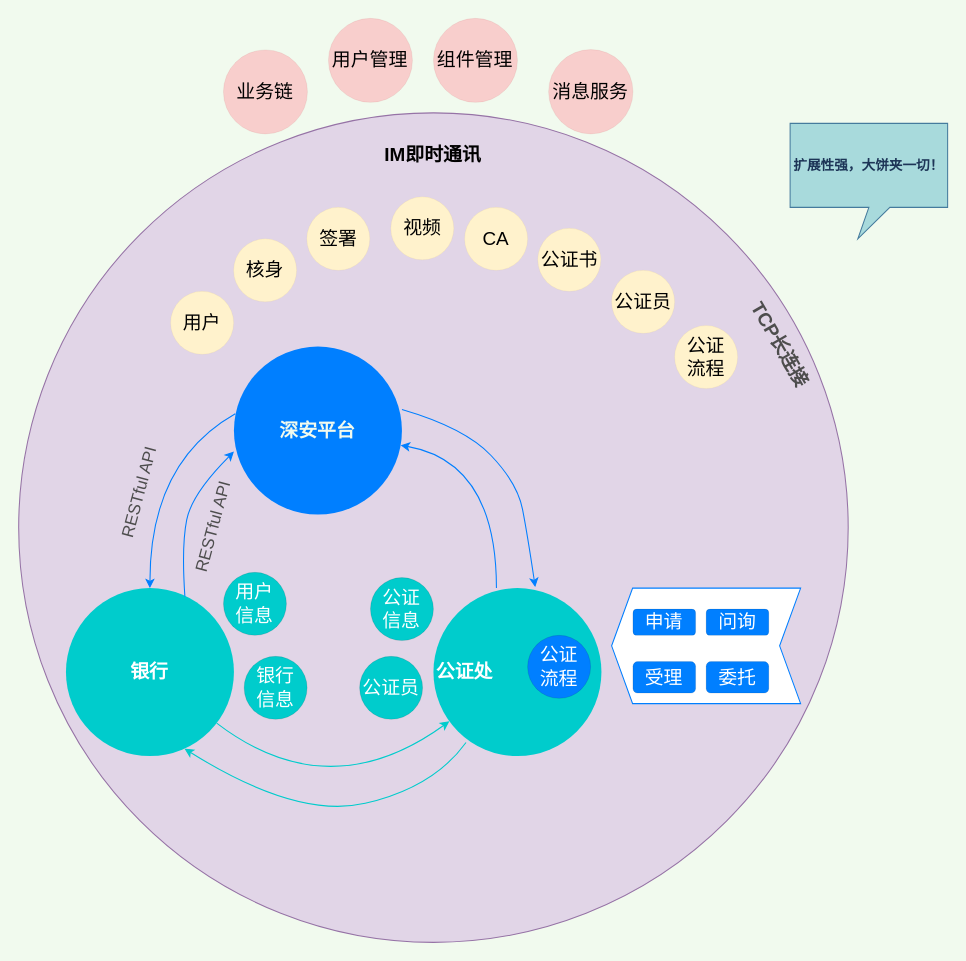
Before: page "赋强创新思路" (2 of 2) of 赋强创新思路.drawio in wuyongfeng/wuyongfeng, a draw.io diagram. Source tidied: cells renumbered, new cells numbered last; positions are measured from the earlier drawing's top-left corner, leaving out a move shared by most shapes. Both pictures are drawn from the tidied source at 105%, with x=0, y=0 at pixel (18, 18).
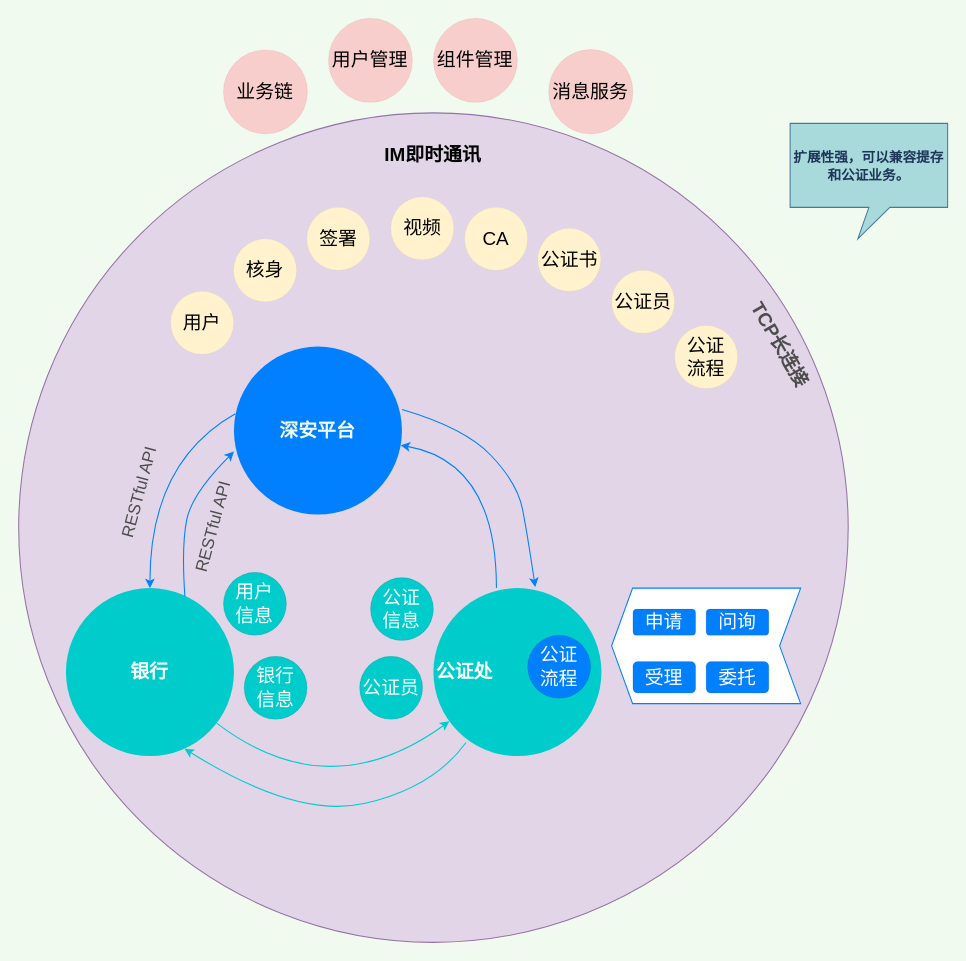
Above is the later version.

Diff of the diagram source:
```diff
@@
-    <mxCell id="39" value="&lt;div&gt;&lt;div&gt;&lt;span style=&quot;font-family: &amp;#34;larkhacksafarifont&amp;#34; , &amp;#34;larkemojifont&amp;#34; , &amp;#34;larkchinesequote&amp;#34; , , &amp;#34;blinkmacsystemfont&amp;#34; , &amp;#34;helvetica neue&amp;#34; , &amp;#34;arial&amp;#34; , &amp;#34;segoe ui&amp;#34; , &amp;#34;pingfang sc&amp;#34; , &amp;#34;microsoft yahei&amp;#34; , &amp;#34;hiragino sans gb&amp;#34; , sans-serif , &amp;#34;apple color emoji&amp;#34; , &amp;#34;segoe ui emoji&amp;#34; , &amp;#34;segoe ui symbol&amp;#34; , &amp;#34;noto color emoji&amp;#34;&quot;&gt;&lt;span style=&quot;font-size: 13px&quot;&gt;扩展性强，大饼夹一切！&lt;/span&gt;&lt;/span&gt;&lt;/div&gt;&lt;/div&gt;" style="shape=callout;whiteSpace=wrap;html=1;perimeter=calloutPerimeter;labelBackgroundColor=none;labelBorderColor=none;fontSize=14;fillColor=#A8DADC;strokeColor=#457B9D;fontColor=#1D3557;fontStyle=1;rotation=0;position2=0.43;" parent="1" vertex="1">
+    <mxCell id="39" value="&lt;div&gt;&lt;div&gt;&lt;span style=&quot;font-family: &amp;#34;larkhacksafarifont&amp;#34; , &amp;#34;larkemojifont&amp;#34; , &amp;#34;larkchinesequote&amp;#34; , , &amp;#34;blinkmacsystemfont&amp;#34; , &amp;#34;helvetica neue&amp;#34; , &amp;#34;arial&amp;#34; , &amp;#34;segoe ui&amp;#34; , &amp;#34;pingfang sc&amp;#34; , &amp;#34;microsoft yahei&amp;#34; , &amp;#34;hiragino sans gb&amp;#34; , sans-serif , &amp;#34;apple color emoji&amp;#34; , &amp;#34;segoe ui emoji&amp;#34; , &amp;#34;segoe ui symbol&amp;#34; , &amp;#34;noto color emoji&amp;#34;&quot;&gt;&lt;span style=&quot;font-size: 13px&quot;&gt;扩展性强，可以兼容提存和公证业务。&lt;/span&gt;&lt;/span&gt;&lt;/div&gt;&lt;/div&gt;" style="shape=callout;whiteSpace=wrap;html=1;perimeter=calloutPerimeter;labelBackgroundColor=none;labelBorderColor=none;fontSize=14;fillColor=#A8DADC;strokeColor=#457B9D;fontColor=#1D3557;fontStyle=1;rotation=0;position2=0.43;" parent="1" vertex="1">
       <mxGeometry x="735" y="100" width="150" height="110" as="geometry" />
     </mxCell>
```
